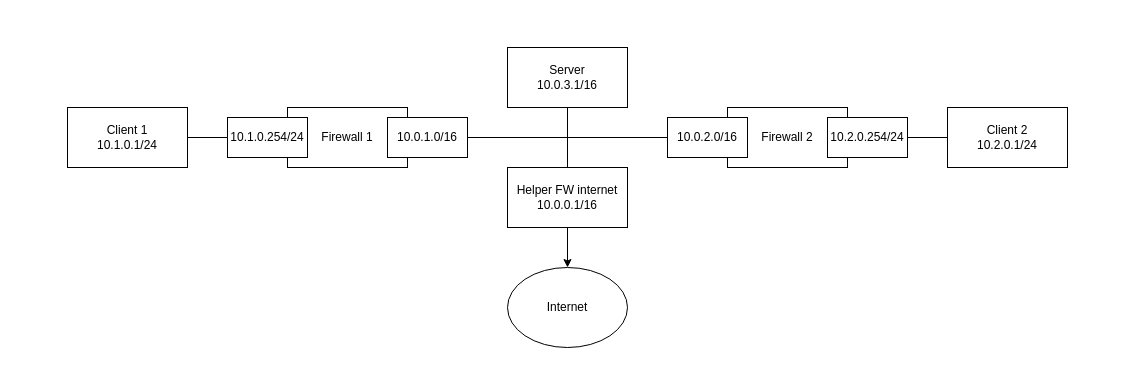
Earlier version of the draw.io diagram setup.drawio (Aderinom/P2P-PS-STUN). Source tidied: cells renumbered, new cells numbered last; positions are measured from the earlier drawing's top-left corner, leaving out a move shared by most shapes. Both pictures are drawn from the tidied source at 100%, with x=0, y=0 at pixel (67, 47).
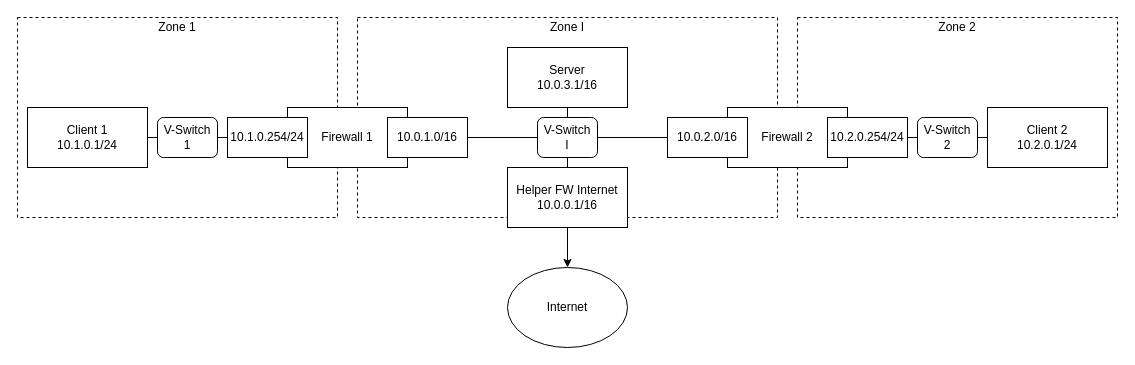
The same diagram, later.

The change refers to these unchanged cells:
```xml
<mxCell id="7" value="10.0.1.0/16" style="rounded=0;whiteSpace=wrap;html=1;" parent="1" vertex="1">
  <mxGeometry x="320" y="70" width="80" height="40" as="geometry" />
</mxCell>
<mxCell id="12" value="10.0.2.0/16" style="rounded=0;whiteSpace=wrap;html=1;" parent="1" vertex="1">
  <mxGeometry x="600" y="70" width="80" height="40" as="geometry" />
</mxCell>
```

The edit, as a diff of the source:
```diff
@@
+    <mxCell id="18" style="rounded=0;whiteSpace=wrap;html=1;dashed=1;" parent="1" vertex="1">
+      <mxGeometry x="290" y="-30" width="420" height="200" as="geometry" />
+    </mxCell>
+    <mxCell id="19" style="rounded=0;whiteSpace=wrap;html=1;dashed=1;" parent="1" vertex="1">
+      <mxGeometry x="730" y="-30" width="320" height="200" as="geometry" />
+    </mxCell>
+    <mxCell id="20" style="rounded=0;whiteSpace=wrap;html=1;dashed=1;" parent="1" vertex="1">
+      <mxGeometry x="-50" y="-30" width="320" height="200" as="geometry" />
+    </mxCell>
@@
     <mxCell id="3" value="Client 1&lt;br&gt;10.1.0.1/24" style="rounded=0;whiteSpace=wrap;html=1;" parent="1" vertex="1">
-      <mxGeometry y="60" width="120" height="60" as="geometry" />
+      <mxGeometry x="-40" y="60" width="120" height="60" as="geometry" />
     </mxCell>
@@
-    <mxCell id="6" style="edgeStyle=orthogonalEdgeStyle;rounded=0;jettySize=auto;html=1;entryX=0;entryY=0.5;entryDx=0;entryDy=0;endArrow=none;endFill=0;" parent="1" edge="1" source="7" target="12">
+    <mxCell id="6" style="edgeStyle=orthogonalEdgeStyle;rounded=0;jettySize=auto;html=1;entryX=0;entryY=0.5;entryDx=0;entryDy=0;endArrow=none;endFill=0;startArrow=none;" parent="1" edge="1" source="25" target="12">
       <mxGeometry relative="1" as="geometry" />
     </mxCell>
@@
     <mxCell id="9" value="Client 2&lt;br&gt;10.2.0.1/24" style="rounded=0;whiteSpace=wrap;html=1;" parent="1" vertex="1">
-      <mxGeometry x="880" y="60" width="120" height="60" as="geometry" />
+      <mxGeometry x="920" y="60" width="120" height="60" as="geometry" />
     </mxCell>
@@
-    <mxCell id="16" value="Helper FW internet&lt;br&gt;10.0.0.1/16" style="rounded=0;whiteSpace=wrap;html=1;" parent="1" vertex="1">
+    <mxCell id="16" value="Helper FW Internet&lt;br&gt;10.0.0.1/16" style="rounded=0;whiteSpace=wrap;html=1;" parent="1" vertex="1">
       <mxGeometry x="440" y="120" width="120" height="60" as="geometry" />
     </mxCell>
@@
+    <mxCell id="21" value="Zone 1" style="text;html=1;strokeColor=none;fillColor=none;align=center;verticalAlign=middle;whiteSpace=wrap;rounded=0;" parent="1" vertex="1">
+      <mxGeometry x="80" y="-30" width="60" height="20" as="geometry" />
+    </mxCell>
+    <mxCell id="22" value="Zone 2" style="text;html=1;strokeColor=none;fillColor=none;align=center;verticalAlign=middle;whiteSpace=wrap;rounded=0;" parent="1" vertex="1">
+      <mxGeometry x="860" y="-30" width="60" height="20" as="geometry" />
+    </mxCell>
+    <mxCell id="23" value="Zone I" style="text;html=1;strokeColor=none;fillColor=none;align=center;verticalAlign=middle;whiteSpace=wrap;rounded=0;" parent="1" vertex="1">
+      <mxGeometry x="470" y="-30" width="60" height="20" as="geometry" />
+    </mxCell>
+    <mxCell id="24" value="V-Switch&lt;br&gt;1" style="rounded=1;whiteSpace=wrap;html=1;" parent="1" vertex="1">
+      <mxGeometry x="90" y="70" width="60" height="40" as="geometry" />
+    </mxCell>
+    <mxCell id="25" value="V-Switch&lt;br&gt;I" style="rounded=1;whiteSpace=wrap;html=1;" parent="1" vertex="1">
+      <mxGeometry x="470" y="70" width="60" height="40" as="geometry" />
+    </mxCell>
+    <mxCell id="26" style="edgeStyle=orthogonalEdgeStyle;rounded=0;jettySize=auto;html=1;entryX=0;entryY=0.5;entryDx=0;entryDy=0;endArrow=none;endFill=0;" parent="1" edge="1" source="7" target="25">
+      <mxGeometry relative="1" as="geometry" />
+    </mxCell>
+    <mxCell id="27" value="V-Switch&lt;br&gt;2" style="rounded=1;whiteSpace=wrap;html=1;" parent="1" vertex="1">
+      <mxGeometry x="850" y="70" width="60" height="40" as="geometry" />
+    </mxCell>
```
